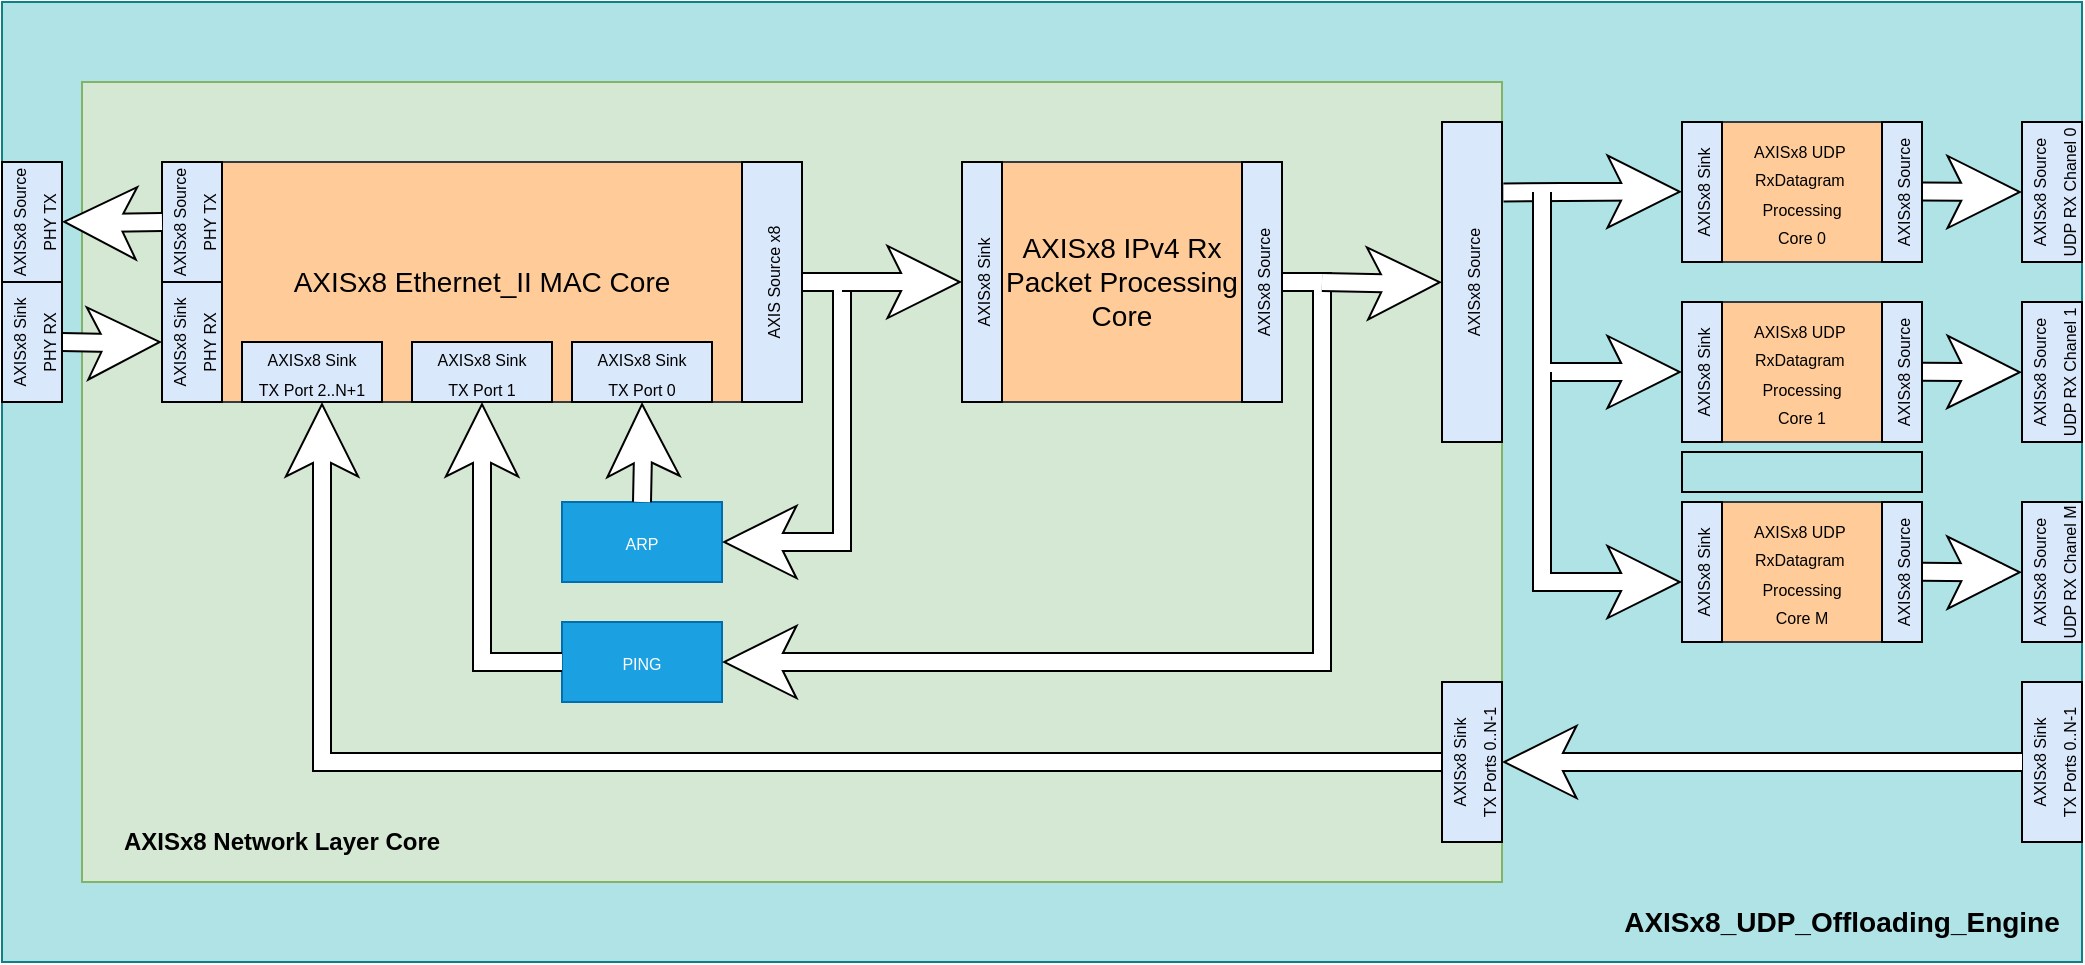
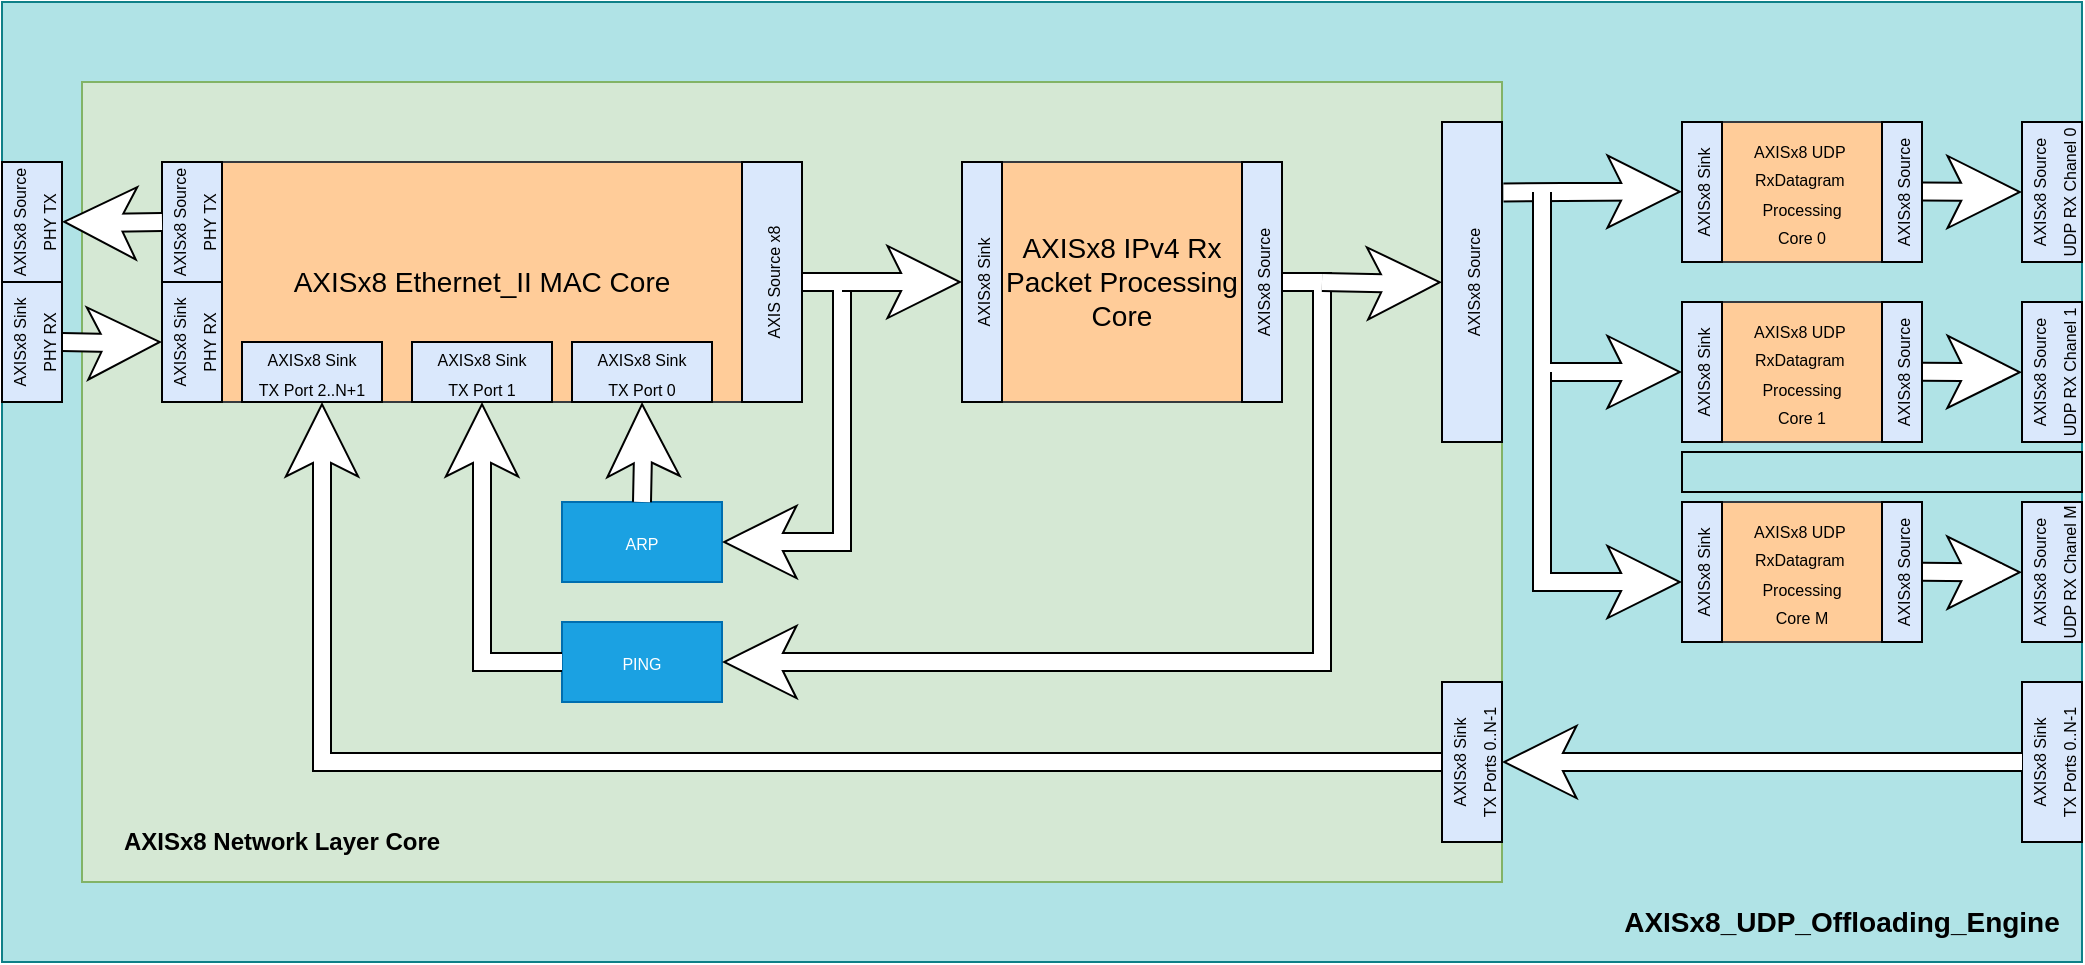
<mxfile host="Electron" agent="Mozilla/5.0 (Windows NT 10.0; Win64; x64) AppleWebKit/537.36 (KHTML, like Gecko) Chrome/147.0.0.0 Safari/537.36 OPR/131.0.0.0">
  <diagram name="Page-1" id="g0-s9DwC3oRhXUgsUFM5">
-     <mxGraphModel dx="590" dy="828" grid="1" gridSize="10" guides="1" tooltips="1" connect="1" arrows="1" fold="1" page="1" pageScale="1" pageWidth="827" pageHeight="1169" math="0" shadow="0">
+     <mxGraphModel dx="885" dy="1001" grid="1" gridSize="10" guides="1" tooltips="1" connect="1" arrows="1" fold="1" page="1" pageScale="1" pageWidth="827" pageHeight="1169" math="0" shadow="0">
      <root>
        <mxCell id="0" />
        <mxCell id="1" parent="0" />
        <mxCell id="vellT3bcd4ufu_oz2iLE-1" parent="1" style="rounded=0;whiteSpace=wrap;html=1;fillColor=#b0e3e6;strokeColor=#0e8088;" value="" vertex="1">
          <mxGeometry height="480" width="1040" x="880" y="640" as="geometry" />
        </mxCell>
        <mxCell id="vellT3bcd4ufu_oz2iLE-2" parent="1" style="rounded=0;whiteSpace=wrap;html=1;fillColor=#ffcc99;strokeColor=#36393d;" value="&lt;div&gt;&lt;span style=&quot;font-size: 8px;&quot;&gt;AXISx8&amp;nbsp;&lt;/span&gt;&lt;span style=&quot;font-size: 8px; background-color: transparent; color: light-dark(rgb(0, 0, 0), rgb(255, 255, 255));&quot;&gt;UDP&amp;nbsp;&lt;/span&gt;&lt;/div&gt;&lt;div&gt;&lt;span style=&quot;font-size: 8px; background-color: transparent; color: light-dark(rgb(0, 0, 0), rgb(255, 255, 255));&quot;&gt;RxDatagram&amp;nbsp;&lt;/span&gt;&lt;/div&gt;&lt;div&gt;&lt;span style=&quot;font-size: 8px;&quot;&gt;Processing&lt;/span&gt;&lt;/div&gt;&lt;div&gt;&lt;span style=&quot;font-size: 8px;&quot;&gt;Core 0&lt;/span&gt;&lt;/div&gt;" vertex="1">
          <mxGeometry height="70" width="80" x="1740" y="700" as="geometry" />
        </mxCell>
        <mxCell id="vellT3bcd4ufu_oz2iLE-6" parent="1" style="rounded=0;whiteSpace=wrap;html=1;fillColor=#d5e8d4;strokeColor=#82b366;labelPosition=center;verticalLabelPosition=middle;align=center;verticalAlign=middle;" value="" vertex="1">
          <mxGeometry height="400" width="710" x="920" y="680" as="geometry" />
        </mxCell>
        <mxCell id="vellT3bcd4ufu_oz2iLE-7" parent="1" style="rounded=0;whiteSpace=wrap;html=1;fillColor=#ffcc99;strokeColor=#36393d;fontSize=14;" value="&lt;span&gt;AXISx8 Ethernet_II MAC Core&lt;/span&gt;" vertex="1">
          <mxGeometry height="120" width="320" x="960" y="720" as="geometry" />
        </mxCell>
        <mxCell id="vellT3bcd4ufu_oz2iLE-8" parent="1" style="rounded=0;whiteSpace=wrap;html=1;fillColor=#ffcc99;strokeColor=#36393d;fontSize=14;" value="AXISx8 &lt;span&gt;IPv4 Rx&lt;/span&gt;&lt;div&gt;&lt;span&gt;Packet Processing&lt;/span&gt;&lt;/div&gt;&lt;div&gt;&lt;span&gt;&amp;nbsp;Core&amp;nbsp;&lt;/span&gt;&lt;/div&gt;" vertex="1">
          <mxGeometry height="120" width="160" x="1360" y="720" as="geometry" />
        </mxCell>
        <mxCell id="vellT3bcd4ufu_oz2iLE-9" parent="1" style="rounded=0;whiteSpace=wrap;html=1;fillColor=#1ba1e2;strokeColor=#006EAF;rotation=0;fontColor=#ffffff;" value="&lt;span style=&quot;font-size: 8px;&quot;&gt;PING&lt;/span&gt;" vertex="1">
          <mxGeometry height="40" width="80" x="1160" y="950" as="geometry" />
        </mxCell>
        <mxCell id="vellT3bcd4ufu_oz2iLE-10" parent="1" style="rounded=0;whiteSpace=wrap;html=1;fillColor=#1ba1e2;strokeColor=#006EAF;rotation=0;fontColor=#ffffff;" value="&lt;span style=&quot;font-size: 8px;&quot;&gt;ARP&lt;/span&gt;" vertex="1">
          <mxGeometry height="40" width="80" x="1160" y="890" as="geometry" />
        </mxCell>
        <mxCell id="vellT3bcd4ufu_oz2iLE-28" edge="1" parent="1" style="shape=filledEdge;curved=0;rounded=0;fixDash=1;endArrow=none;strokeWidth=10;fillColor=#ffffff;edgeStyle=orthogonalEdgeStyle;html=1;startArrow=classic;startFill=1;" value="">
          <mxGeometry height="40" relative="1" width="60" as="geometry">
            <Array as="points">
              <mxPoint x="1240" y="910" />
              <mxPoint x="1300" y="910" />
              <mxPoint x="1300" y="780" />
            </Array>
            <mxPoint x="1240" y="910" as="sourcePoint" />
            <mxPoint x="1280" y="780" as="targetPoint" />
          </mxGeometry>
        </mxCell>
        <mxCell id="vellT3bcd4ufu_oz2iLE-30" edge="1" parent="1" style="shape=filledEdge;curved=0;rounded=0;fixDash=1;endArrow=none;strokeWidth=10;fillColor=#ffffff;edgeStyle=orthogonalEdgeStyle;html=1;startArrow=classic;startFill=1;" value="">
          <mxGeometry height="40" relative="1" width="60" as="geometry">
            <Array as="points">
              <mxPoint x="1340" y="780" />
              <mxPoint x="1340" y="780" />
            </Array>
            <mxPoint x="1360" y="780" as="sourcePoint" />
            <mxPoint x="1300" y="780" as="targetPoint" />
          </mxGeometry>
        </mxCell>
        <mxCell id="vellT3bcd4ufu_oz2iLE-32" edge="1" parent="1" source="vellT3bcd4ufu_oz2iLE-9" style="shape=filledEdge;curved=0;rounded=0;fixDash=1;endArrow=none;strokeWidth=10;fillColor=#ffffff;edgeStyle=orthogonalEdgeStyle;html=1;startArrow=classic;startFill=1;exitX=1;exitY=0.5;exitDx=0;exitDy=0;" value="">
          <mxGeometry height="40" relative="1" width="60" as="geometry">
            <Array as="points">
              <mxPoint x="1540" y="970" />
              <mxPoint x="1540" y="780" />
            </Array>
            <mxPoint x="1320" y="940" as="sourcePoint" />
            <mxPoint x="1520" y="780" as="targetPoint" />
          </mxGeometry>
        </mxCell>
        <mxCell id="vellT3bcd4ufu_oz2iLE-34" edge="1" parent="1" style="shape=filledEdge;curved=0;rounded=0;fixDash=1;endArrow=none;strokeWidth=10;fillColor=#ffffff;edgeStyle=orthogonalEdgeStyle;html=1;startArrow=classic;startFill=1;exitX=0;exitY=0.5;exitDx=0;exitDy=0;" value="">
          <mxGeometry height="40" relative="1" width="60" as="geometry">
            <Array as="points" />
            <mxPoint x="1600" y="780.1" as="sourcePoint" />
            <mxPoint x="1540" y="780.0000000000001" as="targetPoint" />
          </mxGeometry>
        </mxCell>
        <mxCell id="vellT3bcd4ufu_oz2iLE-35" edge="1" parent="1" source="vellT3bcd4ufu_oz2iLE-7" style="shape=filledEdge;curved=0;rounded=0;fixDash=1;endArrow=none;strokeWidth=10;fillColor=#ffffff;edgeStyle=orthogonalEdgeStyle;html=1;startArrow=classic;startFill=1;entryX=0;entryY=0.5;entryDx=0;entryDy=0;exitX=0.5;exitY=1;exitDx=0;exitDy=0;" target="vellT3bcd4ufu_oz2iLE-9" value="">
          <mxGeometry height="40" relative="1" width="60" as="geometry">
            <Array as="points">
              <mxPoint x="1120" y="970" />
            </Array>
            <mxPoint x="1120" y="841" as="sourcePoint" />
            <mxPoint x="1150" y="1060" as="targetPoint" />
          </mxGeometry>
        </mxCell>
        <mxCell id="vellT3bcd4ufu_oz2iLE-36" edge="1" parent="1" style="shape=filledEdge;curved=0;rounded=0;fixDash=1;endArrow=none;strokeWidth=10;fillColor=#ffffff;edgeStyle=orthogonalEdgeStyle;html=1;startArrow=classic;startFill=1;exitX=0.401;exitY=1.008;exitDx=0;exitDy=0;exitPerimeter=0;" target="vellT3bcd4ufu_oz2iLE-10" value="">
          <mxGeometry height="40" relative="1" width="60" as="geometry">
            <Array as="points" />
            <mxPoint x="1200" y="840" as="sourcePoint" />
            <mxPoint x="1180" y="900" as="targetPoint" />
          </mxGeometry>
        </mxCell>
        <mxCell id="vellT3bcd4ufu_oz2iLE-37" edge="1" parent="1" style="shape=filledEdge;curved=0;rounded=0;fixDash=1;endArrow=none;strokeWidth=10;fillColor=#ffffff;edgeStyle=orthogonalEdgeStyle;html=1;startArrow=classic;startFill=1;entryX=0;entryY=0.5;entryDx=0;entryDy=0;" target="vellT3bcd4ufu_oz2iLE-95" value="">
          <mxGeometry height="40" relative="1" width="60" as="geometry">
            <Array as="points">
              <mxPoint x="1040" y="1020" />
            </Array>
            <mxPoint x="1040" y="840" as="sourcePoint" />
            <mxPoint x="1605" y="1040.0000000000002" as="targetPoint" />
          </mxGeometry>
        </mxCell>
        <mxCell id="vellT3bcd4ufu_oz2iLE-45" parent="1" style="rounded=0;whiteSpace=wrap;html=1;fillColor=#dae8fc;strokeColor=#000000;rotation=0;" value="&lt;span style=&quot;font-size: 8px;&quot;&gt;AXIS&lt;/span&gt;&lt;span style=&quot;font-size: 8px;&quot;&gt;x8&lt;/span&gt;&lt;span style=&quot;font-size: 8px;&quot;&gt; Sink&lt;/span&gt;&lt;br&gt;&lt;div&gt;&lt;span style=&quot;font-size: 8px;&quot;&gt;TX Port 0&lt;/span&gt;&lt;span style=&quot;font-size: 8px;&quot;&gt;&lt;/span&gt;&lt;/div&gt;" vertex="1">
          <mxGeometry height="30" width="70" x="1165" y="810" as="geometry" />
        </mxCell>
        <mxCell id="vellT3bcd4ufu_oz2iLE-46" parent="1" style="rounded=0;whiteSpace=wrap;html=1;fillColor=#dae8fc;strokeColor=#000000;rotation=0;" value="&lt;span style=&quot;font-size: 8px;&quot;&gt;AXIS&lt;/span&gt;&lt;span style=&quot;font-size: 8px;&quot;&gt;x8&lt;/span&gt;&lt;span style=&quot;font-size: 8px;&quot;&gt; Sink&lt;/span&gt;&lt;br&gt;&lt;div&gt;&lt;span style=&quot;font-size: 8px;&quot;&gt;TX Port 1&lt;/span&gt;&lt;span style=&quot;font-size: 8px;&quot;&gt;&lt;/span&gt;&lt;/div&gt;" vertex="1">
          <mxGeometry height="30" width="70" x="1085" y="810" as="geometry" />
        </mxCell>
        <mxCell id="vellT3bcd4ufu_oz2iLE-47" parent="1" style="rounded=0;whiteSpace=wrap;html=1;fillColor=#dae8fc;strokeColor=#000000;rotation=0;" value="&lt;span style=&quot;font-size: 8px;&quot;&gt;AXIS&lt;/span&gt;&lt;span style=&quot;font-size: 8px;&quot;&gt;x8&lt;/span&gt;&lt;span style=&quot;font-size: 8px;&quot;&gt;&amp;nbsp;Sink&lt;/span&gt;&lt;div&gt;&lt;span style=&quot;font-size: 8px;&quot;&gt;TX Port 2..N+1&lt;/span&gt;&lt;/div&gt;" vertex="1">
          <mxGeometry height="30" width="70" x="1000" y="810" as="geometry" />
        </mxCell>
        <mxCell id="vellT3bcd4ufu_oz2iLE-53" parent="1" style="rounded=0;whiteSpace=wrap;html=1;fillColor=#dae8fc;strokeColor=#000000;rotation=0;horizontal=0;" value="&lt;span style=&quot;font-size: 8px;&quot;&gt;AXIS&lt;/span&gt;&lt;span style=&quot;font-size: 8px;&quot;&gt;x8&lt;/span&gt;&lt;span style=&quot;font-size: 8px;&quot;&gt; Sink&lt;/span&gt;&lt;div&gt;&lt;span style=&quot;font-size: 8px;&quot;&gt;PHY RX&lt;/span&gt;&lt;/div&gt;" vertex="1">
          <mxGeometry height="60" width="30" x="960" y="780" as="geometry" />
        </mxCell>
        <mxCell id="vellT3bcd4ufu_oz2iLE-54" parent="1" style="rounded=0;whiteSpace=wrap;html=1;fillColor=#dae8fc;strokeColor=#000000;rotation=0;horizontal=0;" value="&lt;span style=&quot;font-size: 8px;&quot;&gt;AXIS&lt;/span&gt;&lt;span style=&quot;font-size: 8px;&quot;&gt;x8&lt;/span&gt;&lt;span style=&quot;font-size: 8px;&quot;&gt; Source&lt;/span&gt;&lt;div&gt;&lt;span style=&quot;font-size: 8px;&quot;&gt;PHY TX&lt;/span&gt;&lt;/div&gt;" vertex="1">
          <mxGeometry height="60" width="30" x="960" y="720" as="geometry" />
        </mxCell>
        <mxCell id="vellT3bcd4ufu_oz2iLE-56" edge="1" parent="1" style="shape=filledEdge;curved=0;rounded=0;fixDash=1;endArrow=none;strokeWidth=10;fillColor=#ffffff;edgeStyle=orthogonalEdgeStyle;html=1;startArrow=classic;startFill=1;entryX=1;entryY=0.5;entryDx=0;entryDy=0;" target="vellT3bcd4ufu_oz2iLE-102" value="">
          <mxGeometry height="40" relative="1" width="60" as="geometry">
            <Array as="points" />
            <mxPoint x="960" y="810.01" as="sourcePoint" />
            <mxPoint x="920" y="810" as="targetPoint" />
          </mxGeometry>
        </mxCell>
        <mxCell id="vellT3bcd4ufu_oz2iLE-60" parent="1" style="rounded=0;whiteSpace=wrap;html=1;fillColor=#dae8fc;strokeColor=#000000;rotation=0;verticalAlign=middle;horizontal=0;" value="&lt;span style=&quot;font-size: 8px;&quot;&gt;AXIS&lt;/span&gt;&lt;span style=&quot;font-size: 8px;&quot;&gt;x8&lt;/span&gt;&lt;span style=&quot;font-size: 8px;&quot;&gt; Source&lt;/span&gt;" vertex="1">
          <mxGeometry height="160" width="30" x="1600" y="700" as="geometry" />
        </mxCell>
        <mxCell id="vellT3bcd4ufu_oz2iLE-61" parent="1" style="rounded=0;whiteSpace=wrap;html=1;fillColor=#dae8fc;strokeColor=#000000;rotation=0;verticalAlign=middle;horizontal=0;" value="&lt;span style=&quot;font-size: 8px;&quot;&gt;AXIS Source &lt;/span&gt;&lt;span style=&quot;font-size: 8px;&quot;&gt;x8&lt;/span&gt;" vertex="1">
          <mxGeometry height="120" width="30" x="1250" y="720" as="geometry" />
        </mxCell>
        <mxCell id="vellT3bcd4ufu_oz2iLE-67" parent="1" style="rounded=0;whiteSpace=wrap;html=1;fillColor=#ffcc99;strokeColor=#36393d;" value="&lt;div&gt;&lt;div&gt;&lt;span style=&quot;font-size: 8px;&quot;&gt;AXISx8 &lt;/span&gt;&lt;span style=&quot;font-size: 8px; background-color: transparent; color: light-dark(rgb(0, 0, 0), rgb(255, 255, 255));&quot;&gt;UDP&amp;nbsp;&lt;/span&gt;&lt;/div&gt;&lt;div&gt;&lt;span style=&quot;font-size: 8px; background-color: transparent; color: light-dark(rgb(0, 0, 0), rgb(255, 255, 255));&quot;&gt;RxDatagram&amp;nbsp;&lt;/span&gt;&lt;/div&gt;&lt;div&gt;&lt;span style=&quot;font-size: 8px;&quot;&gt;Processing&lt;/span&gt;&lt;/div&gt;&lt;/div&gt;&lt;div&gt;&lt;span style=&quot;font-size: 8px;&quot;&gt;Core 1&lt;/span&gt;&lt;/div&gt;" vertex="1">
          <mxGeometry height="70" width="80" x="1740" y="790" as="geometry" />
        </mxCell>
        <mxCell id="vellT3bcd4ufu_oz2iLE-70" parent="1" style="shape=zigzag;html=1;fillColor=none;" value="" vertex="1">
-           <mxGeometry height="20" width="120" x="1720" y="865" as="geometry" />
+           <mxGeometry height="20" width="200" x="1720" y="865" as="geometry" />
        </mxCell>
        <mxCell id="vellT3bcd4ufu_oz2iLE-71" parent="1" style="rounded=0;whiteSpace=wrap;html=1;fillColor=#ffcc99;strokeColor=#36393d;" value="&lt;div&gt;&lt;div&gt;&lt;span style=&quot;font-size: 8px;&quot;&gt;AXISx8 &lt;/span&gt;&lt;span style=&quot;font-size: 8px; background-color: transparent; color: light-dark(rgb(0, 0, 0), rgb(255, 255, 255));&quot;&gt;UDP&amp;nbsp;&lt;/span&gt;&lt;/div&gt;&lt;div&gt;&lt;span style=&quot;font-size: 8px; background-color: transparent; color: light-dark(rgb(0, 0, 0), rgb(255, 255, 255));&quot;&gt;RxDatagram&amp;nbsp;&lt;/span&gt;&lt;/div&gt;&lt;div&gt;&lt;span style=&quot;font-size: 8px;&quot;&gt;Processing&lt;/span&gt;&lt;/div&gt;&lt;/div&gt;&lt;div&gt;&lt;span style=&quot;font-size: 8px;&quot;&gt;Core M&lt;/span&gt;&lt;/div&gt;" vertex="1">
          <mxGeometry height="70" width="80" x="1740" y="890" as="geometry" />
        </mxCell>
        <mxCell id="vellT3bcd4ufu_oz2iLE-78" edge="1" parent="1" style="shape=filledEdge;curved=0;rounded=0;fixDash=1;endArrow=none;strokeWidth=10;fillColor=#ffffff;edgeStyle=orthogonalEdgeStyle;html=1;startArrow=classic;startFill=1;" value="">
          <mxGeometry height="40" relative="1" width="60" as="geometry">
            <Array as="points">
              <mxPoint x="1880" y="734.71" />
              <mxPoint x="1880" y="734.71" />
            </Array>
            <mxPoint x="1890" y="735" as="sourcePoint" />
            <mxPoint x="1840" y="734.71" as="targetPoint" />
          </mxGeometry>
        </mxCell>
        <mxCell id="vellT3bcd4ufu_oz2iLE-81" parent="1" style="rounded=0;whiteSpace=wrap;html=1;fillColor=#dae8fc;strokeColor=#000000;rotation=0;verticalAlign=middle;horizontal=0;" value="&lt;span style=&quot;font-size: 8px;&quot;&gt;AXIS&lt;/span&gt;&lt;span style=&quot;font-size: 8px;&quot;&gt;x8&lt;/span&gt;&lt;span style=&quot;font-size: 8px;&quot;&gt; Source&lt;/span&gt;&lt;br&gt;&lt;div&gt;&lt;span style=&quot;font-size: 8px;&quot;&gt;UDP&amp;nbsp;&lt;/span&gt;&lt;span style=&quot;font-size: 8px;&quot;&gt;RX&amp;nbsp;&lt;/span&gt;&lt;span style=&quot;font-size: 8px;&quot;&gt;Chanel 0&lt;/span&gt;&lt;/div&gt;" vertex="1">
          <mxGeometry height="70" width="30" x="1890" y="700" as="geometry" />
        </mxCell>
        <mxCell id="vellT3bcd4ufu_oz2iLE-83" edge="1" parent="1" style="shape=filledEdge;curved=0;rounded=0;fixDash=1;endArrow=none;strokeWidth=10;fillColor=#ffffff;edgeStyle=orthogonalEdgeStyle;html=1;startArrow=classic;startFill=1;" value="">
          <mxGeometry height="40" relative="1" width="60" as="geometry">
            <Array as="points">
              <mxPoint x="1880" y="824.86" />
              <mxPoint x="1880" y="824.86" />
            </Array>
            <mxPoint x="1890" y="825.15" as="sourcePoint" />
            <mxPoint x="1840" y="824.86" as="targetPoint" />
          </mxGeometry>
        </mxCell>
        <mxCell id="vellT3bcd4ufu_oz2iLE-84" parent="1" style="rounded=0;whiteSpace=wrap;html=1;fillColor=#dae8fc;strokeColor=#000000;rotation=0;verticalAlign=middle;horizontal=0;" value="&lt;span style=&quot;font-size: 8px;&quot;&gt;AXIS&lt;/span&gt;&lt;span style=&quot;font-size: 8px;&quot;&gt;x8&lt;/span&gt;&lt;span style=&quot;font-size: 8px;&quot;&gt; Source&lt;/span&gt;&lt;br&gt;&lt;div&gt;&lt;span style=&quot;font-size: 8px;&quot;&gt;UDP &lt;/span&gt;&lt;span style=&quot;font-size: 8px;&quot;&gt;RX &lt;/span&gt;&lt;span style=&quot;font-size: 8px;&quot;&gt;Chanel 1&lt;/span&gt;&lt;/div&gt;" vertex="1">
          <mxGeometry height="70" width="30" x="1890" y="790" as="geometry" />
        </mxCell>
        <mxCell id="vellT3bcd4ufu_oz2iLE-74" edge="1" parent="1" style="shape=filledEdge;curved=0;rounded=0;fixDash=1;endArrow=none;strokeWidth=10;fillColor=#ffffff;edgeStyle=orthogonalEdgeStyle;html=1;startArrow=classic;startFill=1;entryX=1.024;entryY=0.22;entryDx=0;entryDy=0;entryPerimeter=0;" target="vellT3bcd4ufu_oz2iLE-60" value="">
          <mxGeometry height="40" relative="1" width="60" as="geometry">
            <Array as="points">
              <mxPoint x="1700" y="735" />
            </Array>
            <mxPoint x="1720" y="734.83" as="sourcePoint" />
            <mxPoint x="1660" y="735" as="targetPoint" />
          </mxGeometry>
        </mxCell>
        <mxCell id="vellT3bcd4ufu_oz2iLE-85" edge="1" parent="1" style="shape=filledEdge;curved=0;rounded=0;fixDash=1;endArrow=none;strokeWidth=10;fillColor=#ffffff;edgeStyle=orthogonalEdgeStyle;html=1;startArrow=classic;startFill=1;" value="">
          <mxGeometry height="40" relative="1" width="60" as="geometry">
            <Array as="points">
              <mxPoint x="1880" y="924.86" />
              <mxPoint x="1880" y="924.86" />
            </Array>
            <mxPoint x="1890" y="925.15" as="sourcePoint" />
            <mxPoint x="1840" y="924.86" as="targetPoint" />
          </mxGeometry>
        </mxCell>
        <mxCell id="vellT3bcd4ufu_oz2iLE-86" parent="1" style="rounded=0;whiteSpace=wrap;html=1;fillColor=#dae8fc;strokeColor=#000000;rotation=0;verticalAlign=middle;horizontal=0;" value="&lt;span style=&quot;font-size: 8px;&quot;&gt;AXIS&lt;/span&gt;&lt;span style=&quot;font-size: 8px;&quot;&gt;x8&lt;/span&gt;&lt;span style=&quot;font-size: 8px;&quot;&gt; Source&lt;/span&gt;&lt;br&gt;&lt;div&gt;&lt;span style=&quot;font-size: 8px;&quot;&gt;UDP &lt;/span&gt;&lt;span style=&quot;font-size: 8px;&quot;&gt;RX &lt;/span&gt;&lt;span style=&quot;font-size: 8px;&quot;&gt;Chanel M&lt;/span&gt;&lt;/div&gt;" vertex="1">
          <mxGeometry height="70" width="30" x="1890" y="890" as="geometry" />
        </mxCell>
        <mxCell id="vellT3bcd4ufu_oz2iLE-88" parent="1" style="rounded=0;whiteSpace=wrap;html=1;fillColor=#dae8fc;strokeColor=#000000;rotation=0;verticalAlign=middle;horizontal=0;" value="&lt;span style=&quot;font-size: 8px;&quot;&gt;AXISx8 Sink&lt;/span&gt;&lt;br&gt;&lt;div&gt;&lt;span style=&quot;font-size: 8px;&quot;&gt;TX Ports 0..N-1&lt;/span&gt;&lt;/div&gt;" vertex="1">
          <mxGeometry height="80" width="30" x="1890" y="980" as="geometry" />
        </mxCell>
        <mxCell id="vellT3bcd4ufu_oz2iLE-89" parent="1" style="rounded=0;whiteSpace=wrap;html=1;fillColor=#dae8fc;strokeColor=#000000;rotation=0;verticalAlign=middle;horizontal=0;" value="&lt;span style=&quot;font-size: 8px;&quot;&gt;AXIS&lt;/span&gt;&lt;span style=&quot;font-size: 8px;&quot;&gt;x8&lt;/span&gt;&lt;span style=&quot;font-size: 8px;&quot;&gt; Source&lt;/span&gt;" vertex="1">
          <mxGeometry height="70" width="20" x="1820" y="700" as="geometry" />
        </mxCell>
        <mxCell id="vellT3bcd4ufu_oz2iLE-90" parent="1" style="rounded=0;whiteSpace=wrap;html=1;fillColor=#dae8fc;strokeColor=#000000;rotation=0;verticalAlign=middle;horizontal=0;" value="&lt;span style=&quot;font-size: 8px;&quot;&gt;AXISx8 Sink&lt;/span&gt;" vertex="1">
          <mxGeometry height="70" width="20" x="1720" y="700" as="geometry" />
        </mxCell>
        <mxCell id="vellT3bcd4ufu_oz2iLE-91" parent="1" style="rounded=0;whiteSpace=wrap;html=1;fillColor=#dae8fc;strokeColor=#000000;rotation=0;verticalAlign=middle;horizontal=0;" value="&lt;span style=&quot;font-size: 8px;&quot;&gt;AXIS&lt;/span&gt;&lt;span style=&quot;font-size: 8px;&quot;&gt;x8&lt;/span&gt;&lt;span style=&quot;font-size: 8px;&quot;&gt; Source&lt;/span&gt;" vertex="1">
          <mxGeometry height="70" width="20" x="1820" y="790" as="geometry" />
        </mxCell>
        <mxCell id="vellT3bcd4ufu_oz2iLE-92" parent="1" style="rounded=0;whiteSpace=wrap;html=1;fillColor=#dae8fc;strokeColor=#000000;rotation=0;verticalAlign=middle;horizontal=0;" value="&lt;span style=&quot;font-size: 8px;&quot;&gt;AXISx8 Sink&lt;/span&gt;" vertex="1">
          <mxGeometry height="70" width="20" x="1720" y="790" as="geometry" />
        </mxCell>
        <mxCell id="vellT3bcd4ufu_oz2iLE-93" parent="1" style="rounded=0;whiteSpace=wrap;html=1;fillColor=#dae8fc;strokeColor=#000000;rotation=0;verticalAlign=middle;horizontal=0;" value="&lt;span style=&quot;font-size: 8px;&quot;&gt;AXIS&lt;/span&gt;&lt;span style=&quot;font-size: 8px;&quot;&gt;x8&lt;/span&gt;&lt;span style=&quot;font-size: 8px;&quot;&gt; Source&lt;/span&gt;" vertex="1">
          <mxGeometry height="70" width="20" x="1820" y="890" as="geometry" />
        </mxCell>
        <mxCell id="vellT3bcd4ufu_oz2iLE-94" parent="1" style="rounded=0;whiteSpace=wrap;html=1;fillColor=#dae8fc;strokeColor=#000000;rotation=0;verticalAlign=middle;horizontal=0;" value="&lt;span style=&quot;font-size: 8px;&quot;&gt;AXISx8 Sink&lt;/span&gt;" vertex="1">
          <mxGeometry height="70" width="20" x="1720" y="890" as="geometry" />
        </mxCell>
        <mxCell id="vellT3bcd4ufu_oz2iLE-95" parent="1" style="rounded=0;whiteSpace=wrap;html=1;fillColor=#dae8fc;strokeColor=#000000;rotation=0;verticalAlign=middle;horizontal=0;" value="&lt;span style=&quot;font-size: 8px;&quot;&gt;AXISx8 Sink&lt;/span&gt;&lt;br&gt;&lt;div&gt;&lt;span style=&quot;font-size: 8px;&quot;&gt;TX Ports 0..&lt;/span&gt;&lt;span style=&quot;font-size: 8px; background-color: transparent; color: light-dark(rgb(0, 0, 0), rgb(255, 255, 255));&quot;&gt;N-1&lt;/span&gt;&lt;/div&gt;" vertex="1">
          <mxGeometry height="80" width="30" x="1600" y="980" as="geometry" />
        </mxCell>
        <mxCell id="vellT3bcd4ufu_oz2iLE-97" edge="1" parent="1" source="vellT3bcd4ufu_oz2iLE-95" style="shape=filledEdge;curved=0;rounded=0;fixDash=1;endArrow=none;strokeWidth=10;fillColor=#ffffff;edgeStyle=orthogonalEdgeStyle;html=1;startArrow=classic;startFill=1;exitX=1;exitY=0.5;exitDx=0;exitDy=0;entryX=0;entryY=0.5;entryDx=0;entryDy=0;" target="vellT3bcd4ufu_oz2iLE-88" value="">
          <mxGeometry height="40" relative="1" width="60" as="geometry">
            <Array as="points" />
            <mxPoint x="1750" y="1040" as="sourcePoint" />
            <mxPoint x="1750" y="1120" as="targetPoint" />
          </mxGeometry>
        </mxCell>
        <mxCell id="vellT3bcd4ufu_oz2iLE-98" parent="1" style="text;html=1;whiteSpace=wrap;strokeColor=none;fillColor=none;align=center;verticalAlign=middle;rounded=0;fontSize=14;fontStyle=1" value="AXISx8_UDP_Offloading_Engine" vertex="1">
          <mxGeometry height="40" width="240" x="1680" y="1080" as="geometry" />
        </mxCell>
        <mxCell id="vellT3bcd4ufu_oz2iLE-99" parent="1" style="text;html=1;whiteSpace=wrap;strokeColor=none;fillColor=none;align=center;verticalAlign=middle;rounded=0;fontSize=12;fontStyle=1" value="&lt;font&gt;AXISx8 Network Layer Core&lt;/font&gt;" vertex="1">
          <mxGeometry height="40" width="200" x="920" y="1040" as="geometry" />
        </mxCell>
        <mxCell id="vellT3bcd4ufu_oz2iLE-102" parent="1" style="rounded=0;whiteSpace=wrap;html=1;fillColor=#dae8fc;strokeColor=#000000;rotation=0;horizontal=0;" value="&lt;span style=&quot;font-size: 8px;&quot;&gt;AXIS&lt;/span&gt;&lt;span style=&quot;font-size: 8px;&quot;&gt;x8&lt;/span&gt;&lt;span style=&quot;font-size: 8px;&quot;&gt;&amp;nbsp;Sink&lt;/span&gt;&lt;div&gt;&lt;span style=&quot;font-size: 8px;&quot;&gt;PHY RX&lt;/span&gt;&lt;/div&gt;" vertex="1">
          <mxGeometry height="60" width="30" x="880" y="780" as="geometry" />
        </mxCell>
        <mxCell id="vellT3bcd4ufu_oz2iLE-103" parent="1" style="rounded=0;whiteSpace=wrap;html=1;fillColor=#dae8fc;strokeColor=#000000;rotation=0;horizontal=0;" value="&lt;span style=&quot;font-size: 8px;&quot;&gt;AXIS&lt;/span&gt;&lt;span style=&quot;font-size: 8px;&quot;&gt;x8&lt;/span&gt;&lt;span style=&quot;font-size: 8px;&quot;&gt;&amp;nbsp;Source&lt;/span&gt;&lt;div&gt;&lt;span style=&quot;font-size: 8px;&quot;&gt;PHY TX&lt;/span&gt;&lt;/div&gt;" vertex="1">
          <mxGeometry height="60" width="30" x="880" y="720" as="geometry" />
        </mxCell>
        <mxCell id="vellT3bcd4ufu_oz2iLE-104" edge="1" parent="1" style="shape=filledEdge;curved=0;rounded=0;fixDash=1;endArrow=none;strokeWidth=10;fillColor=#ffffff;edgeStyle=orthogonalEdgeStyle;html=1;startArrow=classic;startFill=1;entryX=0;entryY=0.5;entryDx=0;entryDy=0;" target="vellT3bcd4ufu_oz2iLE-54" value="">
          <mxGeometry height="40" relative="1" width="60" as="geometry">
            <Array as="points" />
            <mxPoint x="910" y="749.86" as="sourcePoint" />
            <mxPoint x="940" y="749.85" as="targetPoint" />
          </mxGeometry>
        </mxCell>
        <mxCell id="vellT3bcd4ufu_oz2iLE-76" edge="1" parent="1" style="shape=filledEdge;curved=0;rounded=0;fixDash=1;endArrow=none;strokeWidth=10;fillColor=#ffffff;edgeStyle=orthogonalEdgeStyle;html=1;startArrow=classic;startFill=1;" value="">
          <mxGeometry height="40" relative="1" width="60" as="geometry">
            <Array as="points">
              <mxPoint x="1720" y="825" />
              <mxPoint x="1650" y="825" />
            </Array>
            <mxPoint x="1720" y="825" as="sourcePoint" />
            <mxPoint x="1650" y="735" as="targetPoint" />
          </mxGeometry>
        </mxCell>
        <mxCell id="vellT3bcd4ufu_oz2iLE-77" edge="1" parent="1" style="shape=filledEdge;curved=0;rounded=0;fixDash=1;endArrow=none;strokeWidth=10;fillColor=#ffffff;edgeStyle=orthogonalEdgeStyle;html=1;startArrow=classic;startFill=1;" value="">
          <mxGeometry height="40" relative="1" width="60" as="geometry">
            <Array as="points">
              <mxPoint x="1720" y="930" />
              <mxPoint x="1650" y="930" />
            </Array>
            <mxPoint x="1720" y="930" as="sourcePoint" />
            <mxPoint x="1650" y="825" as="targetPoint" />
          </mxGeometry>
        </mxCell>
        <mxCell id="jzSmu69J5GDHjlPKQdco-2" parent="1" style="rounded=0;whiteSpace=wrap;html=1;fillColor=#dae8fc;strokeColor=#000000;rotation=0;verticalAlign=middle;horizontal=0;" value="&lt;span style=&quot;font-size: 8px;&quot;&gt;AXIS&lt;/span&gt;&lt;span style=&quot;font-size: 8px;&quot;&gt;x8&lt;/span&gt;&lt;span style=&quot;font-size: 8px;&quot;&gt;&amp;nbsp;Source&lt;/span&gt;" vertex="1">
          <mxGeometry height="120" width="20" x="1500" y="720" as="geometry" />
        </mxCell>
        <mxCell id="jzSmu69J5GDHjlPKQdco-3" parent="1" style="rounded=0;whiteSpace=wrap;html=1;fillColor=#dae8fc;strokeColor=#000000;rotation=0;verticalAlign=middle;horizontal=0;" value="&lt;span style=&quot;font-size: 8px;&quot;&gt;AXISx8 Sink&lt;/span&gt;" vertex="1">
          <mxGeometry height="120" width="20" x="1360" y="720" as="geometry" />
        </mxCell>
      </root>
    </mxGraphModel>
  </diagram>
</mxfile>
